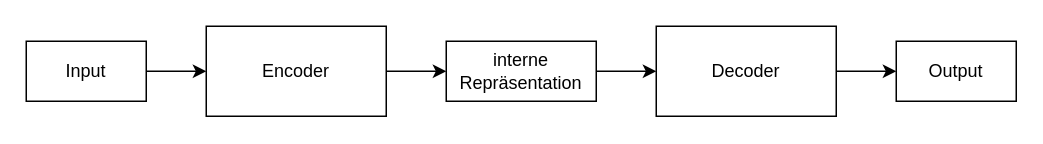
Before: plots/encoder_decoder.drawio in visserle/two-hearts, a draw.io diagram. Source tidied: cells renumbered, new cells numbered last; positions are measured from the earlier drawing's top-left corner, leaving out a move shared by most shapes. Both pictures are drawn from the tidied source at 150%, with x=0, y=0 at pixel (26, 26).
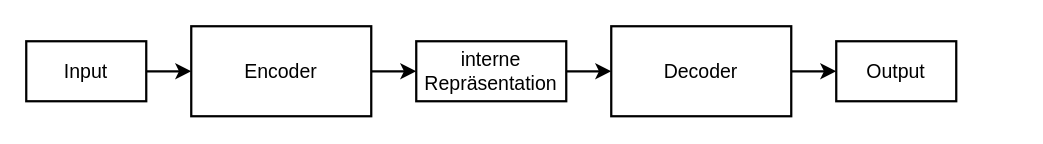
After the change.

What changed in the source:
```diff
@@
 <mxGraphModel>
   <root>
     <mxCell id="0" />
     <mxCell id="1" parent="0" />
-    <mxCell id="2" style="edgeStyle=orthogonalEdgeStyle;rounded=0;jettySize=auto;html=1;" parent="1" edge="1" source="3" target="5">
+    <mxCell id="2" style="edgeStyle=orthogonalEdgeStyle;rounded=0;jettySize=auto;html=1;strokeColor=#000000;fontColor=#000000;strokeWidth=1.5;" parent="1" edge="1" source="3" target="5">
       <mxGeometry relative="1" as="geometry" />
     </mxCell>
-    <mxCell id="3" value="Input" style="text;html=1;strokeColor=default;fillColor=none;align=center;verticalAlign=middle;whiteSpace=wrap;rounded=0;" parent="1" vertex="1">
+    <mxCell id="3" value="&lt;font style=&quot;font-size: 13px&quot;&gt;Input&lt;/font&gt;" style="text;html=1;strokeColor=#000000;fillColor=none;align=center;verticalAlign=middle;whiteSpace=wrap;rounded=0;fontColor=#000000;strokeWidth=1.5;" parent="1" vertex="1">
       <mxGeometry y="10" width="80" height="40" as="geometry" />
     </mxCell>
-    <mxCell id="4" style="edgeStyle=orthogonalEdgeStyle;rounded=0;jettySize=auto;html=1;" parent="1" edge="1" source="5" target="7">
+    <mxCell id="4" style="edgeStyle=orthogonalEdgeStyle;rounded=0;jettySize=auto;html=1;strokeColor=#000000;fontColor=#000000;strokeWidth=1.5;" parent="1" edge="1" source="5" target="7">
       <mxGeometry relative="1" as="geometry" />
     </mxCell>
-    <mxCell id="5" value="Encoder" style="rounded=0;whiteSpace=wrap;html=1;" parent="1" vertex="1">
-      <mxGeometry x="120" width="120" height="60" as="geometry" />
+    <mxCell id="5" value="&lt;font style=&quot;font-size: 13px&quot;&gt;Encoder&lt;/font&gt;" style="rounded=0;whiteSpace=wrap;html=1;strokeColor=#000000;fontColor=#000000;strokeWidth=1.5;" parent="1" vertex="1">
+      <mxGeometry x="110" width="120" height="60" as="geometry" />
     </mxCell>
-    <mxCell id="6" style="edgeStyle=orthogonalEdgeStyle;rounded=0;jettySize=auto;html=1;" parent="1" edge="1" source="7" target="9">
+    <mxCell id="6" style="edgeStyle=orthogonalEdgeStyle;rounded=0;jettySize=auto;html=1;strokeColor=#000000;fontColor=#000000;strokeWidth=1.5;" parent="1" edge="1" source="7" target="9">
       <mxGeometry relative="1" as="geometry" />
     </mxCell>
-    <mxCell id="7" value="interne Repräsentation" style="text;html=1;strokeColor=default;fillColor=none;align=center;verticalAlign=middle;whiteSpace=wrap;rounded=0;" parent="1" vertex="1">
-      <mxGeometry x="280" y="10" width="100" height="40" as="geometry" />
+    <mxCell id="7" value="&lt;font style=&quot;font-size: 13px&quot;&gt;interne Repräsentation&lt;/font&gt;" style="text;html=1;strokeColor=#000000;fillColor=none;align=center;verticalAlign=middle;whiteSpace=wrap;rounded=0;strokeWidth=1.5;fontColor=#000000;" parent="1" vertex="1">
+      <mxGeometry x="260" y="10" width="100" height="40" as="geometry" />
     </mxCell>
-    <mxCell id="8" style="edgeStyle=orthogonalEdgeStyle;rounded=0;jettySize=auto;html=1;" parent="1" edge="1" source="9" target="10">
+    <mxCell id="8" style="edgeStyle=orthogonalEdgeStyle;rounded=0;jettySize=auto;html=1;strokeColor=#000000;fontColor=#000000;strokeWidth=1.5;" parent="1" edge="1" source="9" target="10">
       <mxGeometry relative="1" as="geometry" />
     </mxCell>
-    <mxCell id="9" value="Decoder" style="rounded=0;whiteSpace=wrap;html=1;" parent="1" vertex="1">
-      <mxGeometry x="420" width="120" height="60" as="geometry" />
+    <mxCell id="9" value="&lt;font style=&quot;font-size: 13px&quot;&gt;Decoder&lt;/font&gt;" style="rounded=0;whiteSpace=wrap;html=1;strokeColor=#000000;fontColor=#000000;strokeWidth=1.5;" parent="1" vertex="1">
+      <mxGeometry x="390" width="120" height="60" as="geometry" />
     </mxCell>
-    <mxCell id="10" value="Output" style="text;html=1;strokeColor=default;fillColor=none;align=center;verticalAlign=middle;whiteSpace=wrap;rounded=0;" parent="1" vertex="1">
-      <mxGeometry x="580" y="10" width="80" height="40" as="geometry" />
+    <mxCell id="10" value="&lt;font style=&quot;font-size: 13px&quot;&gt;Output&lt;/font&gt;" style="text;html=1;strokeColor=#000000;fillColor=none;align=center;verticalAlign=middle;whiteSpace=wrap;rounded=0;fontColor=#000000;strokeWidth=1.5;" parent="1" vertex="1">
+      <mxGeometry x="540" y="10" width="80" height="40" as="geometry" />
     </mxCell>
   </root>
 </mxGraphModel>
```
